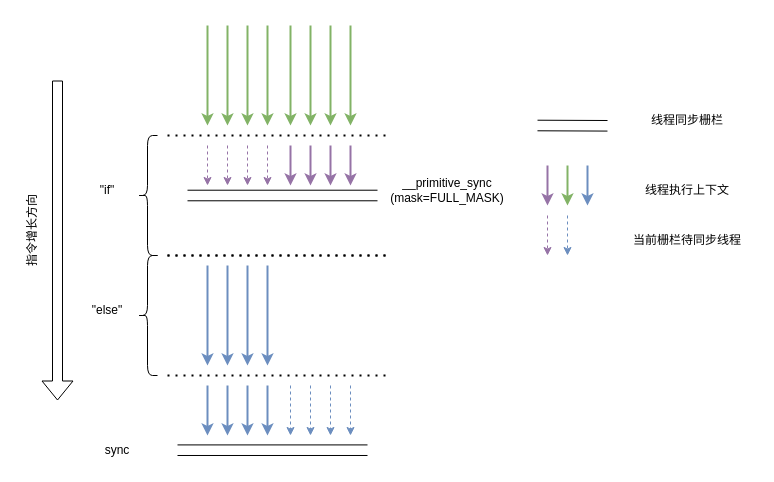
This is warp-divergence.drawio from spaceboy202105/img, a draw.io file, before an edit. Source tidied: cells renumbered, new cells numbered last; positions are measured from the earlier drawing's top-left corner, leaving out a move shared by most shapes. Both pictures are drawn from the tidied source at 100%, with x=0, y=0 at pixel (-33, 25).
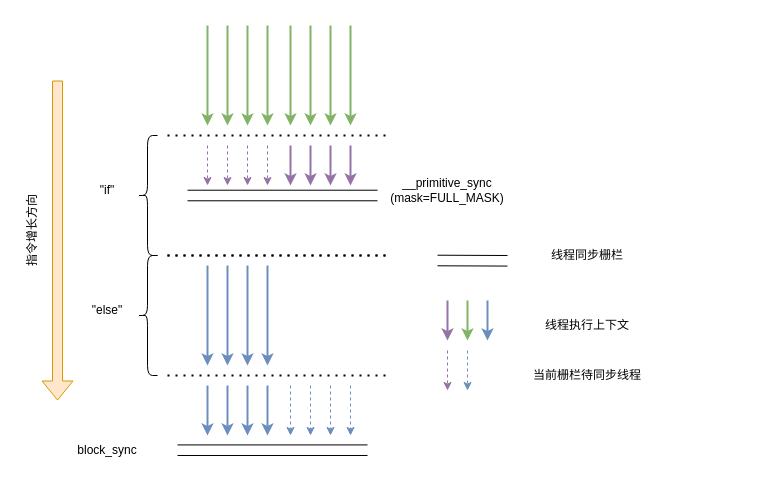
After the change.

What changed in the source:
```diff
@@
-    <mxCell id="32" value="sync" style="text;html=1;align=center;verticalAlign=middle;whiteSpace=wrap;rounded=0;" parent="1" vertex="1">
-      <mxGeometry x="120" y="410" width="60" height="30" as="geometry" />
+    <mxCell id="32" value="block_sync" style="text;html=1;align=center;verticalAlign=middle;whiteSpace=wrap;rounded=0;" parent="1" vertex="1">
+      <mxGeometry x="110" y="410" width="60" height="30" as="geometry" />
     </mxCell>
@@
     <mxCell id="38" style="endArrow=classic;html=1;rounded=0;strokeWidth=1;fillColor=#dae8fc;strokeColor=#6c8ebf;dashed=1;" parent="1" edge="1">
       <mxGeometry relative="1" as="geometry">
-        <mxPoint x="600" y="190" as="sourcePoint" />
-        <mxPoint x="600" y="230" as="targetPoint" />
+        <mxPoint x="500" y="325" as="sourcePoint" />
+        <mxPoint x="500" y="365" as="targetPoint" />
       </mxGeometry>
     </mxCell>
@@
-    <mxCell id="42" style="shape=flexArrow;endArrow=classic;html=1;rounded=0;" parent="1" edge="1">
+    <mxCell id="42" style="shape=flexArrow;endArrow=classic;html=1;rounded=0;fillColor=#ffe6cc;strokeColor=#d79b00;" parent="1" edge="1">
       <mxGeometry relative="1" as="geometry">
         <mxPoint x="90" y="55" as="sourcePoint" />
         <mxPoint x="90" y="375" as="targetPoint" />
       </mxGeometry>
     </mxCell>
@@
     <mxCell id="44" style="shape=link;html=1;rounded=0;width=10.571428571428573;" parent="1" edge="1">
       <mxGeometry relative="1" as="geometry">
-        <mxPoint x="570" y="100" as="sourcePoint" />
-        <mxPoint x="640" y="100.3" as="targetPoint" />
+        <mxPoint x="470" y="235" as="sourcePoint" />
+        <mxPoint x="540" y="235.3" as="targetPoint" />
       </mxGeometry>
     </mxCell>
     <mxCell id="45" value="线程同步栅栏" style="text;html=1;align=center;verticalAlign=middle;whiteSpace=wrap;rounded=0;" parent="1" vertex="1">
-      <mxGeometry x="650" y="80" width="140" height="30" as="geometry" />
+      <mxGeometry x="550" y="215" width="140" height="30" as="geometry" />
     </mxCell>
     <mxCell id="46" style="endArrow=classic;html=1;rounded=0;strokeWidth=2;fillColor=#e1d5e7;strokeColor=#9673a6;" parent="1" edge="1">
       <mxGeometry relative="1" as="geometry">
-        <mxPoint x="580" y="140" as="sourcePoint" />
-        <mxPoint x="580" y="180" as="targetPoint" />
+        <mxPoint x="480" y="275" as="sourcePoint" />
+        <mxPoint x="480" y="315" as="targetPoint" />
       </mxGeometry>
     </mxCell>
     <mxCell id="47" style="endArrow=classic;html=1;rounded=0;strokeWidth=2;fillColor=#d5e8d4;strokeColor=#82b366;" parent="1" edge="1">
       <mxGeometry relative="1" as="geometry">
-        <mxPoint x="600" y="140" as="sourcePoint" />
-        <mxPoint x="600" y="180" as="targetPoint" />
+        <mxPoint x="500" y="275" as="sourcePoint" />
+        <mxPoint x="500" y="315" as="targetPoint" />
       </mxGeometry>
     </mxCell>
     <mxCell id="48" style="endArrow=classic;html=1;rounded=0;strokeWidth=2;fillColor=#dae8fc;strokeColor=#6c8ebf;" parent="1" edge="1">
       <mxGeometry relative="1" as="geometry">
-        <mxPoint x="620" y="140" as="sourcePoint" />
-        <mxPoint x="620" y="180" as="targetPoint" />
+        <mxPoint x="520" y="275" as="sourcePoint" />
+        <mxPoint x="520" y="315" as="targetPoint" />
       </mxGeometry>
     </mxCell>
     <mxCell id="49" value="线程执行上下文" style="text;html=1;align=center;verticalAlign=middle;whiteSpace=wrap;rounded=0;" parent="1" vertex="1">
-      <mxGeometry x="650" y="150" width="140" height="30" as="geometry" />
+      <mxGeometry x="550" y="285" width="140" height="30" as="geometry" />
     </mxCell>
     <mxCell id="50" style="endArrow=classic;html=1;rounded=0;strokeWidth=1;fillColor=#e1d5e7;strokeColor=#9673a6;dashed=1;" parent="1" edge="1">
       <mxGeometry relative="1" as="geometry">
-        <mxPoint x="580" y="190" as="sourcePoint" />
-        <mxPoint x="580" y="230" as="targetPoint" />
+        <mxPoint x="480" y="325" as="sourcePoint" />
+        <mxPoint x="480" y="365" as="targetPoint" />
       </mxGeometry>
     </mxCell>
     <mxCell id="51" value="当前栅栏待同步线程" style="text;html=1;align=center;verticalAlign=middle;whiteSpace=wrap;rounded=0;" parent="1" vertex="1">
-      <mxGeometry x="650" y="200" width="140" height="30" as="geometry" />
+      <mxGeometry x="550" y="335" width="140" height="30" as="geometry" />
     </mxCell>
```
